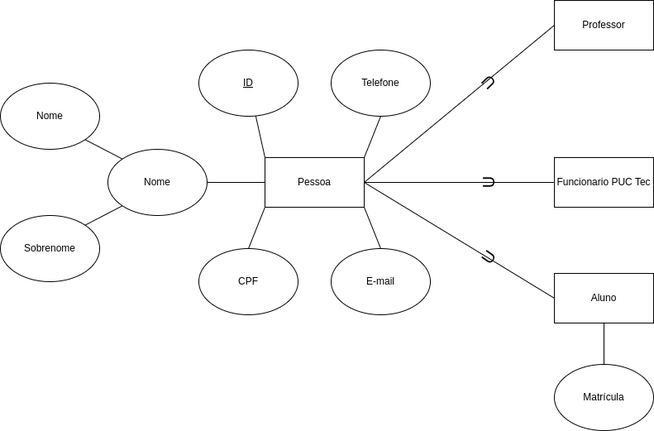
Henriquemcc/Prototipo_Sistema_Cadastro_Demandas_-_PUC_Tec keeps this draw.io diagram as docs/Diagrama_Entidade_Relacionamento.png. Above is the earlier version. Source tidied: cells renumbered, new cells last; positions are measured from the earlier drawing's top-left corner, leaving out a move shared by most shapes.
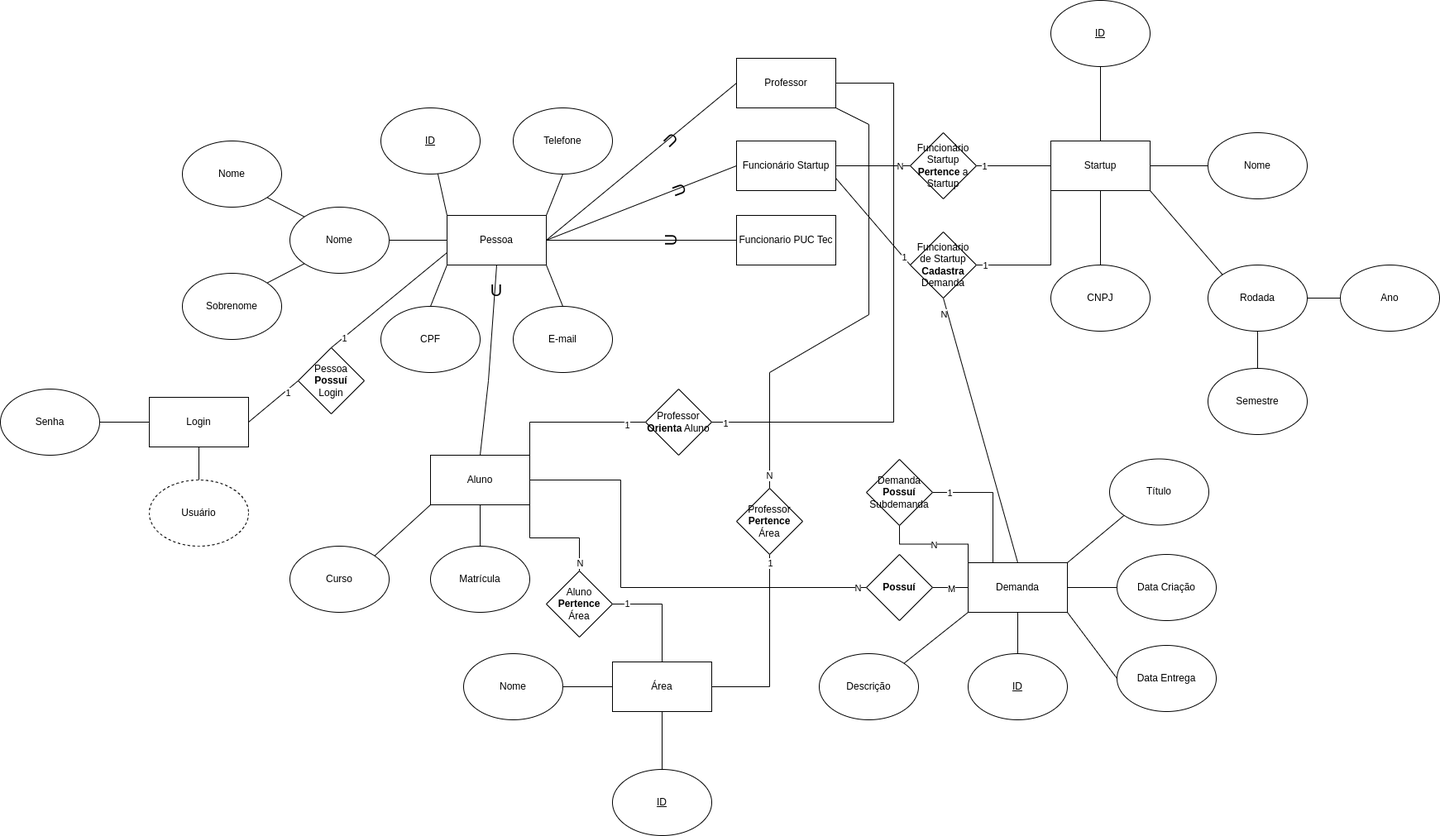
The same file after the commit.

Commit message:
commit 3970087552eb764150360a8c18cffb7357b3de6d Author: Henrique Mendonça Castelar Campos <henriquemendonacastelar@gmail.com> Date:   Mon Oct 28 00:14:58 2024 -0300

Completanto o diagrama

Change to the diagram source:
```diff
@@ -19,5 +19,20 @@
     </mxCell>
-    <mxCell id="7" style="rounded=0;jettySize=auto;html=1;exitX=1;exitY=0.5;exitDx=0;exitDy=0;entryX=0;entryY=0.5;entryDx=0;entryDy=0;endArrow=none;endFill=0;" parent="1" edge="1" source="8" target="22">
-      <mxGeometry relative="1" as="geometry" />
+    <mxCell id="7" style="rounded=0;jettySize=auto;html=1;exitX=0.5;exitY=1;exitDx=0;exitDy=0;entryX=0.5;entryY=0;entryDx=0;entryDy=0;endArrow=none;endFill=0;" parent="1" edge="1" source="8" target="22">
+      <mxGeometry relative="1" as="geometry">
+        <Array as="points">
+          <mxPoint x="370" y="390" />
+        </Array>
+      </mxGeometry>
     </mxCell>
+    <mxCell id="28" style="rounded=0;jettySize=auto;html=1;exitX=1;exitY=0.5;exitDx=0;exitDy=0;entryX=0;entryY=0.5;entryDx=0;entryDy=0;endArrow=none;endFill=0;" parent="1" edge="1" source="8" target="56">
+      <mxGeometry relative="1" as="geometry" />
+    </mxCell>
+    <mxCell id="29" style="rounded=0;jettySize=auto;html=1;exitX=0;exitY=0.75;exitDx=0;exitDy=0;entryX=0.5;entryY=0;entryDx=0;entryDy=0;endArrow=none;endFill=0;" parent="1" edge="1" source="8" target="106">
+      <mxGeometry relative="1" as="geometry" />
+    </mxCell>
+    <mxCell id="30" value="1" style="edgeLabel;html=1;align=center;verticalAlign=middle;" parent="29" vertex="1">
+      <mxGeometry x="0.79" y="1" relative="1" as="geometry">
+        <mxPoint x="-1" as="offset" />
+      </mxGeometry>
+    </mxCell>
     <mxCell id="8" value="Pessoa" style="rounded=0;whiteSpace=wrap;html=1;" parent="1" vertex="1">
@@ -58,2 +73,14 @@
     </mxCell>
+    <mxCell id="31" style="rounded=0;jettySize=auto;html=1;exitX=1;exitY=1;exitDx=0;exitDy=0;entryX=0.5;entryY=0;entryDx=0;entryDy=0;endArrow=none;endFill=0;" parent="1" edge="1" source="20" target="100">
+      <mxGeometry relative="1" as="geometry">
+        <Array as="points">
+          <mxPoint x="830" y="80" />
+          <mxPoint x="830" y="310" />
+          <mxPoint x="710" y="380" />
+        </Array>
+      </mxGeometry>
+    </mxCell>
+    <mxCell id="32" value="N" style="edgeLabel;html=1;align=center;verticalAlign=middle;" parent="31" vertex="1">
+      <mxGeometry x="0.94" y="-1" relative="1" as="geometry" />
+    </mxCell>
     <mxCell id="20" value="Professor" style="rounded=0;whiteSpace=wrap;html=1;" parent="1" vertex="1">
@@ -64,4 +91,12 @@
     </mxCell>
+    <mxCell id="33" style="edgeStyle=orthogonalEdgeStyle;rounded=0;jettySize=auto;html=1;exitX=1;exitY=1;exitDx=0;exitDy=0;entryX=0.5;entryY=0;entryDx=0;entryDy=0;endArrow=none;endFill=0;" parent="1" edge="1" source="22" target="97">
+      <mxGeometry relative="1" as="geometry" />
+    </mxCell>
+    <mxCell id="34" value="N" style="edgeLabel;html=1;align=center;verticalAlign=middle;" parent="33" vertex="1">
+      <mxGeometry x="-0.14" y="1" relative="1" as="geometry">
+        <mxPoint x="40" y="31" as="offset" />
+      </mxGeometry>
+    </mxCell>
     <mxCell id="22" value="Aluno" style="rounded=0;whiteSpace=wrap;html=1;" parent="1" vertex="1">
-      <mxGeometry x="670" y="330" width="120" height="60" as="geometry" />
+      <mxGeometry x="300" y="480" width="120" height="60" as="geometry" />
     </mxCell>
@@ -76,8 +111,254 @@
     </mxCell>
-    <mxCell id="26" value="&lt;font style=&quot;font-size: 20px;&quot;&gt;U&lt;/font&gt;" style="text;html=1;align=center;verticalAlign=middle;whiteSpace=wrap;rounded=0;rotation=-55;" parent="1" vertex="1">
-      <mxGeometry x="560" y="270" width="60" height="80" as="geometry" />
+    <mxCell id="26" value="&lt;font style=&quot;font-size: 20px;&quot;&gt;U&lt;/font&gt;" style="text;html=1;align=center;verticalAlign=middle;whiteSpace=wrap;rounded=0;rotation=0;" parent="1" vertex="1">
+      <mxGeometry x="350" y="240" width="60" height="80" as="geometry" />
     </mxCell>
     <mxCell id="27" value="Matrícula" style="ellipse;whiteSpace=wrap;html=1;" parent="1" vertex="1">
-      <mxGeometry x="670" y="440" width="120" height="80" as="geometry" />
+      <mxGeometry x="300" y="590" width="120" height="80" as="geometry" />
     </mxCell>
+    <mxCell id="35" style="rounded=0;jettySize=auto;html=1;exitX=1;exitY=0;exitDx=0;exitDy=0;entryX=0;entryY=1;entryDx=0;entryDy=0;endArrow=none;endFill=0;" parent="1" edge="1" source="36" target="22">
+      <mxGeometry relative="1" as="geometry" />
+    </mxCell>
+    <mxCell id="36" value="Curso" style="ellipse;whiteSpace=wrap;html=1;" parent="1" vertex="1">
+      <mxGeometry x="130" y="590" width="120" height="80" as="geometry" />
+    </mxCell>
+    <mxCell id="37" style="rounded=0;jettySize=auto;html=1;exitX=1;exitY=1;exitDx=0;exitDy=0;entryX=0;entryY=0;entryDx=0;entryDy=0;endArrow=none;endFill=0;" parent="1" edge="1" source="40" target="48">
+      <mxGeometry relative="1" as="geometry" />
+    </mxCell>
+    <mxCell id="38" style="edgeStyle=orthogonalEdgeStyle;rounded=0;jettySize=auto;html=1;exitX=0;exitY=1;exitDx=0;exitDy=0;entryX=1;entryY=0.5;entryDx=0;entryDy=0;endArrow=none;endFill=0;" parent="1" edge="1" source="40" target="73">
+      <mxGeometry relative="1" as="geometry" />
+    </mxCell>
+    <mxCell id="39" value="1" style="edgeLabel;html=1;align=center;verticalAlign=middle;" parent="38" vertex="1">
+      <mxGeometry x="-0.38" y="-1" relative="1" as="geometry">
+        <mxPoint x="-79" y="34" as="offset" />
+      </mxGeometry>
+    </mxCell>
+    <mxCell id="40" value="Startup" style="rounded=0;whiteSpace=wrap;html=1;" parent="1" vertex="1">
+      <mxGeometry x="1050" y="100" width="120" height="60" as="geometry" />
+    </mxCell>
+    <mxCell id="41" style="rounded=0;jettySize=auto;html=1;exitX=0.5;exitY=1;exitDx=0;exitDy=0;endArrow=none;endFill=0;" parent="1" edge="1" source="42" target="40">
+      <mxGeometry relative="1" as="geometry" />
+    </mxCell>
+    <mxCell id="42" value="&lt;u&gt;ID&lt;/u&gt;" style="ellipse;whiteSpace=wrap;html=1;" parent="1" vertex="1">
+      <mxGeometry x="1050" y="-70" width="120" height="80" as="geometry" />
+    </mxCell>
+    <mxCell id="43" style="edgeStyle=orthogonalEdgeStyle;rounded=0;jettySize=auto;html=1;exitX=0.5;exitY=0;exitDx=0;exitDy=0;entryX=0.5;entryY=1;entryDx=0;entryDy=0;endArrow=none;endFill=0;" parent="1" edge="1" source="44" target="40">
+      <mxGeometry relative="1" as="geometry" />
+    </mxCell>
+    <mxCell id="44" value="CNPJ" style="ellipse;whiteSpace=wrap;html=1;" parent="1" vertex="1">
+      <mxGeometry x="1050" y="250" width="120" height="80" as="geometry" />
+    </mxCell>
+    <mxCell id="45" style="edgeStyle=orthogonalEdgeStyle;rounded=0;jettySize=auto;html=1;exitX=0;exitY=0.5;exitDx=0;exitDy=0;entryX=1;entryY=0.5;entryDx=0;entryDy=0;endArrow=none;endFill=0;" parent="1" edge="1" source="46" target="40">
+      <mxGeometry relative="1" as="geometry" />
+    </mxCell>
+    <mxCell id="46" value="Nome" style="ellipse;whiteSpace=wrap;html=1;" parent="1" vertex="1">
+      <mxGeometry x="1240" y="90" width="120" height="80" as="geometry" />
+    </mxCell>
+    <mxCell id="47" style="edgeStyle=orthogonalEdgeStyle;rounded=0;jettySize=auto;html=1;exitX=0.5;exitY=1;exitDx=0;exitDy=0;entryX=0.5;entryY=0;entryDx=0;entryDy=0;endArrow=none;endFill=0;" parent="1" edge="1" source="48" target="51">
+      <mxGeometry relative="1" as="geometry" />
+    </mxCell>
+    <mxCell id="48" value="Rodada" style="ellipse;whiteSpace=wrap;html=1;" parent="1" vertex="1">
+      <mxGeometry x="1240" y="250" width="120" height="80" as="geometry" />
+    </mxCell>
+    <mxCell id="49" style="edgeStyle=orthogonalEdgeStyle;rounded=0;jettySize=auto;html=1;exitX=0;exitY=0.5;exitDx=0;exitDy=0;entryX=1;entryY=0.5;entryDx=0;entryDy=0;endArrow=none;endFill=0;" parent="1" edge="1" source="50" target="48">
+      <mxGeometry relative="1" as="geometry" />
+    </mxCell>
+    <mxCell id="50" value="Ano" style="ellipse;whiteSpace=wrap;html=1;" parent="1" vertex="1">
+      <mxGeometry x="1400" y="250" width="120" height="80" as="geometry" />
+    </mxCell>
+    <mxCell id="51" value="Semestre" style="ellipse;whiteSpace=wrap;html=1;" parent="1" vertex="1">
+      <mxGeometry x="1240" y="375" width="120" height="80" as="geometry" />
+    </mxCell>
+    <mxCell id="52" style="edgeStyle=orthogonalEdgeStyle;rounded=0;jettySize=auto;html=1;exitX=1;exitY=0.5;exitDx=0;exitDy=0;entryX=0;entryY=0.5;entryDx=0;entryDy=0;endArrow=none;endFill=0;" parent="1" edge="1" source="56" target="60">
+      <mxGeometry relative="1" as="geometry" />
+    </mxCell>
+    <mxCell id="53" value="N" style="edgeLabel;html=1;align=center;verticalAlign=middle;" parent="52" vertex="1">
+      <mxGeometry x="0.22" y="-4" relative="1" as="geometry">
+        <mxPoint x="22" y="-4" as="offset" />
+      </mxGeometry>
+    </mxCell>
+    <mxCell id="54" style="rounded=0;jettySize=auto;html=1;exitX=1;exitY=0.75;exitDx=0;exitDy=0;entryX=0;entryY=0.5;entryDx=0;entryDy=0;endArrow=none;endFill=0;" parent="1" edge="1" source="56" target="73">
+      <mxGeometry relative="1" as="geometry" />
+    </mxCell>
+    <mxCell id="55" value="1" style="edgeLabel;html=1;align=center;verticalAlign=middle;" parent="54" vertex="1">
+      <mxGeometry x="0.81" relative="1" as="geometry" />
+    </mxCell>
+    <mxCell id="56" value="Funcionário Startup" style="rounded=0;whiteSpace=wrap;html=1;" parent="1" vertex="1">
+      <mxGeometry x="670" y="100" width="120" height="60" as="geometry" />
+    </mxCell>
+    <mxCell id="57" value="&lt;font style=&quot;font-size: 20px;&quot;&gt;U&lt;/font&gt;" style="text;html=1;align=center;verticalAlign=middle;whiteSpace=wrap;rounded=0;rotation=-110;" parent="1" vertex="1">
+      <mxGeometry x="570" y="120" width="60" height="80" as="geometry" />
+    </mxCell>
+    <mxCell id="58" style="edgeStyle=orthogonalEdgeStyle;rounded=0;jettySize=auto;html=1;exitX=1;exitY=0.5;exitDx=0;exitDy=0;entryX=0;entryY=0.5;entryDx=0;entryDy=0;endArrow=none;endFill=0;" parent="1" edge="1" source="60" target="40">
+      <mxGeometry relative="1" as="geometry" />
+    </mxCell>
+    <mxCell id="59" value="1" style="edgeLabel;html=1;align=center;verticalAlign=middle;" parent="58" vertex="1">
+      <mxGeometry x="0.28" relative="1" as="geometry">
+        <mxPoint x="-48" as="offset" />
+      </mxGeometry>
+    </mxCell>
+    <mxCell id="60" value="Funcionário Startup &lt;b&gt;Pertence&lt;/b&gt; a Startup" style="rhombus;whiteSpace=wrap;html=1;" parent="1" vertex="1">
+      <mxGeometry x="880" y="90" width="80" height="80" as="geometry" />
+    </mxCell>
+    <mxCell id="61" style="edgeStyle=orthogonalEdgeStyle;rounded=0;jettySize=auto;html=1;exitX=1;exitY=0.5;exitDx=0;exitDy=0;entryX=0;entryY=0.5;entryDx=0;entryDy=0;endArrow=none;endFill=0;" parent="1" edge="1" source="67" target="68">
+      <mxGeometry relative="1" as="geometry" />
+    </mxCell>
+    <mxCell id="62" style="rounded=0;jettySize=auto;html=1;exitX=1;exitY=1;exitDx=0;exitDy=0;entryX=0;entryY=0.5;entryDx=0;entryDy=0;endArrow=none;endFill=0;" parent="1" edge="1" source="67" target="69">
+      <mxGeometry relative="1" as="geometry" />
+    </mxCell>
+    <mxCell id="63" style="edgeStyle=orthogonalEdgeStyle;rounded=0;jettySize=auto;html=1;exitX=0.5;exitY=1;exitDx=0;exitDy=0;entryX=0.5;entryY=0;entryDx=0;entryDy=0;endArrow=none;endFill=0;" parent="1" edge="1" source="67" target="70">
+      <mxGeometry relative="1" as="geometry" />
+    </mxCell>
+    <mxCell id="64" style="rounded=0;jettySize=auto;html=1;exitX=1;exitY=0;exitDx=0;exitDy=0;entryX=0;entryY=1;entryDx=0;entryDy=0;endArrow=none;endFill=0;" parent="1" edge="1" source="67" target="86">
+      <mxGeometry relative="1" as="geometry" />
+    </mxCell>
+    <mxCell id="65" style="edgeStyle=orthogonalEdgeStyle;rounded=0;jettySize=auto;html=1;exitX=0.25;exitY=0;exitDx=0;exitDy=0;entryX=1;entryY=0.5;entryDx=0;entryDy=0;endArrow=none;endFill=0;" parent="1" edge="1" source="67" target="89">
+      <mxGeometry relative="1" as="geometry" />
+    </mxCell>
+    <mxCell id="66" value="1" style="edgeLabel;html=1;align=center;verticalAlign=middle;" parent="65" vertex="1">
+      <mxGeometry x="0.74" relative="1" as="geometry" />
+    </mxCell>
+    <mxCell id="67" value="Demanda" style="rounded=0;whiteSpace=wrap;html=1;" parent="1" vertex="1">
+      <mxGeometry x="950" y="610" width="120" height="60" as="geometry" />
+    </mxCell>
+    <mxCell id="68" value="Data Criação" style="ellipse;whiteSpace=wrap;html=1;" parent="1" vertex="1">
+      <mxGeometry x="1130" y="600" width="120" height="80" as="geometry" />
+    </mxCell>
+    <mxCell id="69" value="Data Entrega" style="ellipse;whiteSpace=wrap;html=1;" parent="1" vertex="1">
+      <mxGeometry x="1130" y="710" width="120" height="80" as="geometry" />
+    </mxCell>
+    <mxCell id="70" value="&lt;u&gt;ID&lt;/u&gt;" style="ellipse;whiteSpace=wrap;html=1;" parent="1" vertex="1">
+      <mxGeometry x="950" y="720" width="120" height="80" as="geometry" />
+    </mxCell>
+    <mxCell id="71" style="rounded=0;jettySize=auto;html=1;exitX=0.5;exitY=1;exitDx=0;exitDy=0;entryX=0.5;entryY=0;entryDx=0;entryDy=0;endArrow=none;endFill=0;" parent="1" edge="1" source="73" target="67">
+      <mxGeometry relative="1" as="geometry" />
+    </mxCell>
+    <mxCell id="72" value="N" style="edgeLabel;html=1;align=center;verticalAlign=middle;" parent="71" vertex="1">
+      <mxGeometry x="0.07" y="-4" relative="1" as="geometry">
+        <mxPoint x="-44" y="-153" as="offset" />
+      </mxGeometry>
+    </mxCell>
+    <mxCell id="73" value="&lt;div&gt;Funcionário de S&lt;span style=&quot;background-color: initial;&quot;&gt;tartup&lt;/span&gt;&lt;/div&gt;&lt;b&gt;Cadastra&lt;/b&gt;&lt;div&gt;Demanda&lt;/div&gt;" style="rhombus;whiteSpace=wrap;html=1;" parent="1" vertex="1">
+      <mxGeometry x="880" y="210" width="80" height="80" as="geometry" />
+    </mxCell>
+    <mxCell id="74" style="edgeStyle=orthogonalEdgeStyle;rounded=0;jettySize=auto;html=1;exitX=1;exitY=0.5;exitDx=0;exitDy=0;entryX=0;entryY=0.5;entryDx=0;entryDy=0;endArrow=none;endFill=0;" parent="1" edge="1" source="78" target="67">
+      <mxGeometry relative="1" as="geometry" />
+    </mxCell>
+    <mxCell id="75" value="M" style="edgeLabel;html=1;align=center;verticalAlign=middle;" parent="74" vertex="1">
+      <mxGeometry x="0.05" y="-1" relative="1" as="geometry" />
+    </mxCell>
+    <mxCell id="76" style="edgeStyle=orthogonalEdgeStyle;rounded=0;jettySize=auto;html=1;exitX=0;exitY=0.5;exitDx=0;exitDy=0;entryX=1;entryY=0.5;entryDx=0;entryDy=0;endArrow=none;endFill=0;" parent="1" edge="1" source="78" target="22">
+      <mxGeometry relative="1" as="geometry">
+        <Array as="points">
+          <mxPoint x="530" y="640" />
+          <mxPoint x="530" y="510" />
+        </Array>
+      </mxGeometry>
+    </mxCell>
+    <mxCell id="77" value="N" style="edgeLabel;html=1;align=center;verticalAlign=middle;" parent="76" vertex="1">
+      <mxGeometry x="-0.73" relative="1" as="geometry">
+        <mxPoint x="61" as="offset" />
+      </mxGeometry>
+    </mxCell>
+    <mxCell id="78" value="&lt;b&gt;Possuí&lt;/b&gt;" style="rhombus;whiteSpace=wrap;html=1;" parent="1" vertex="1">
+      <mxGeometry x="827" y="600" width="80" height="80" as="geometry" />
+    </mxCell>
+    <mxCell id="79" style="edgeStyle=orthogonalEdgeStyle;rounded=0;jettySize=auto;html=1;exitX=0;exitY=0.5;exitDx=0;exitDy=0;entryX=1;entryY=0;entryDx=0;entryDy=0;endArrow=none;endFill=0;" parent="1" edge="1" source="83" target="22">
+      <mxGeometry relative="1" as="geometry" />
+    </mxCell>
+    <mxCell id="80" value="1" style="edgeLabel;html=1;align=center;verticalAlign=middle;" parent="79" vertex="1">
+      <mxGeometry x="-0.75" y="3" relative="1" as="geometry" />
+    </mxCell>
+    <mxCell id="81" style="edgeStyle=orthogonalEdgeStyle;rounded=0;jettySize=auto;html=1;exitX=1;exitY=0.5;exitDx=0;exitDy=0;entryX=1;entryY=0.5;entryDx=0;entryDy=0;endArrow=none;endFill=0;" parent="1" edge="1" source="83" target="20">
+      <mxGeometry relative="1" as="geometry">
+        <Array as="points">
+          <mxPoint x="860" y="440" />
+          <mxPoint x="860" y="30" />
+        </Array>
+      </mxGeometry>
+    </mxCell>
+    <mxCell id="82" value="1" style="edgeLabel;html=1;align=center;verticalAlign=middle;" parent="81" vertex="1">
+      <mxGeometry x="-0.95" y="-1" relative="1" as="geometry" />
+    </mxCell>
+    <mxCell id="83" value="Professor &lt;b&gt;Orienta&lt;/b&gt; Aluno" style="rhombus;whiteSpace=wrap;html=1;" parent="1" vertex="1">
+      <mxGeometry x="560" y="400" width="80" height="80" as="geometry" />
+    </mxCell>
+    <mxCell id="84" style="rounded=0;jettySize=auto;html=1;exitX=1;exitY=0;exitDx=0;exitDy=0;entryX=0;entryY=1;entryDx=0;entryDy=0;endArrow=none;endFill=0;" parent="1" edge="1" source="85" target="67">
+      <mxGeometry relative="1" as="geometry" />
+    </mxCell>
+    <mxCell id="85" value="Descrição" style="ellipse;whiteSpace=wrap;html=1;" parent="1" vertex="1">
+      <mxGeometry x="770" y="720" width="120" height="80" as="geometry" />
+    </mxCell>
+    <mxCell id="86" value="Título" style="ellipse;whiteSpace=wrap;html=1;" parent="1" vertex="1">
+      <mxGeometry x="1121" y="484.5" width="120" height="80" as="geometry" />
+    </mxCell>
+    <mxCell id="87" style="edgeStyle=orthogonalEdgeStyle;rounded=0;jettySize=auto;html=1;exitX=0.5;exitY=1;exitDx=0;exitDy=0;entryX=0;entryY=0;entryDx=0;entryDy=0;endArrow=none;endFill=0;" parent="1" edge="1" source="89" target="67">
+      <mxGeometry relative="1" as="geometry" />
+    </mxCell>
+    <mxCell id="88" value="N" style="edgeLabel;html=1;align=center;verticalAlign=middle;" parent="87" vertex="1">
+      <mxGeometry y="-1" relative="1" as="geometry" />
+    </mxCell>
+    <mxCell id="89" value="Demanda&lt;div&gt;&lt;b&gt;Possuí&lt;/b&gt;&lt;/div&gt;&lt;div&gt;Subdemanda&lt;/div&gt;" style="rhombus;whiteSpace=wrap;html=1;" parent="1" vertex="1">
+      <mxGeometry x="827" y="485" width="80" height="80" as="geometry" />
+    </mxCell>
+    <mxCell id="90" style="edgeStyle=orthogonalEdgeStyle;rounded=0;jettySize=auto;html=1;exitX=0.5;exitY=1;exitDx=0;exitDy=0;entryX=0.5;entryY=0;entryDx=0;entryDy=0;endArrow=none;endFill=0;" parent="1" edge="1" source="92" target="94">
+      <mxGeometry relative="1" as="geometry" />
+    </mxCell>
+    <mxCell id="91" style="edgeStyle=orthogonalEdgeStyle;rounded=0;jettySize=auto;html=1;exitX=0;exitY=0.5;exitDx=0;exitDy=0;entryX=1;entryY=0.5;entryDx=0;entryDy=0;endArrow=none;endFill=0;" parent="1" edge="1" source="92" target="93">
+      <mxGeometry relative="1" as="geometry" />
+    </mxCell>
+    <mxCell id="92" value="Área" style="rounded=0;whiteSpace=wrap;html=1;" parent="1" vertex="1">
+      <mxGeometry x="520" y="730" width="120" height="60" as="geometry" />
+    </mxCell>
+    <mxCell id="93" value="Nome" style="ellipse;whiteSpace=wrap;html=1;" parent="1" vertex="1">
+      <mxGeometry x="340" y="720" width="120" height="80" as="geometry" />
+    </mxCell>
+    <mxCell id="94" value="&lt;u&gt;ID&lt;/u&gt;" style="ellipse;whiteSpace=wrap;html=1;" parent="1" vertex="1">
+      <mxGeometry x="520" y="860" width="120" height="80" as="geometry" />
+    </mxCell>
+    <mxCell id="95" style="edgeStyle=orthogonalEdgeStyle;rounded=0;jettySize=auto;html=1;exitX=1;exitY=0.5;exitDx=0;exitDy=0;entryX=0.5;entryY=0;entryDx=0;entryDy=0;endArrow=none;endFill=0;" parent="1" edge="1" source="97" target="92">
+      <mxGeometry relative="1" as="geometry" />
+    </mxCell>
+    <mxCell id="96" value="1" style="edgeLabel;html=1;align=center;verticalAlign=middle;" parent="95" vertex="1">
+      <mxGeometry x="-0.72" y="1" relative="1" as="geometry" />
+    </mxCell>
+    <mxCell id="97" value="Aluno &lt;b&gt;Pertence&lt;/b&gt;&lt;br&gt;Área" style="rhombus;whiteSpace=wrap;html=1;" parent="1" vertex="1">
+      <mxGeometry x="440" y="620" width="80" height="80" as="geometry" />
+    </mxCell>
+    <mxCell id="98" style="edgeStyle=orthogonalEdgeStyle;rounded=0;jettySize=auto;html=1;exitX=0.5;exitY=1;exitDx=0;exitDy=0;entryX=1;entryY=0.5;entryDx=0;entryDy=0;endArrow=none;endFill=0;" parent="1" edge="1" source="100" target="92">
+      <mxGeometry relative="1" as="geometry" />
+    </mxCell>
+    <mxCell id="99" value="1" style="edgeLabel;html=1;align=center;verticalAlign=middle;" parent="98" vertex="1">
+      <mxGeometry x="-0.86" y="4" relative="1" as="geometry">
+        <mxPoint x="-4" y="-6" as="offset" />
+      </mxGeometry>
+    </mxCell>
+    <mxCell id="100" value="Professor&lt;div&gt;&lt;b&gt;Pertence&lt;/b&gt;&lt;/div&gt;&lt;div&gt;Área&lt;/div&gt;" style="rhombus;whiteSpace=wrap;html=1;" parent="1" vertex="1">
+      <mxGeometry x="670" y="520" width="80" height="80" as="geometry" />
+    </mxCell>
+    <mxCell id="101" style="edgeStyle=orthogonalEdgeStyle;rounded=0;jettySize=auto;html=1;exitX=0;exitY=0.5;exitDx=0;exitDy=0;entryX=1;entryY=0.5;entryDx=0;entryDy=0;endArrow=none;endFill=0;" parent="1" edge="1" source="103" target="108">
+      <mxGeometry relative="1" as="geometry" />
+    </mxCell>
+    <mxCell id="102" style="rounded=0;jettySize=auto;html=1;exitX=0.5;exitY=1;exitDx=0;exitDy=0;entryX=0.5;entryY=0;entryDx=0;entryDy=0;endArrow=none;endFill=0;" parent="1" edge="1" source="103" target="107">
+      <mxGeometry relative="1" as="geometry" />
+    </mxCell>
+    <mxCell id="103" value="Login" style="rounded=0;whiteSpace=wrap;html=1;" parent="1" vertex="1">
+      <mxGeometry x="-40" y="410" width="120" height="60" as="geometry" />
+    </mxCell>
+    <mxCell id="104" style="rounded=0;jettySize=auto;html=1;entryX=1;entryY=0.5;entryDx=0;entryDy=0;endArrow=none;endFill=0;" parent="1" edge="1" target="103">
+      <mxGeometry relative="1" as="geometry">
+        <mxPoint x="140" y="390" as="sourcePoint" />
+      </mxGeometry>
+    </mxCell>
+    <mxCell id="105" value="1" style="edgeLabel;html=1;align=center;verticalAlign=middle;" parent="104" vertex="1">
+      <mxGeometry x="-0.52" y="3" relative="1" as="geometry" />
+    </mxCell>
+    <mxCell id="106" value="&lt;div&gt;Pessoa&lt;/div&gt;&lt;b&gt;Possuí&lt;/b&gt;&lt;div&gt;Login&lt;/div&gt;" style="rhombus;whiteSpace=wrap;html=1;" parent="1" vertex="1">
+      <mxGeometry x="140" y="350" width="80" height="80" as="geometry" />
+    </mxCell>
+    <mxCell id="107" value="Usuário" style="ellipse;whiteSpace=wrap;html=1;dashed=1;" parent="1" vertex="1">
+      <mxGeometry x="-40" y="510" width="120" height="80" as="geometry" />
+    </mxCell>
+    <mxCell id="108" value="Senha" style="ellipse;whiteSpace=wrap;html=1;" parent="1" vertex="1">
+      <mxGeometry x="-220" y="400" width="120" height="80" as="geometry" />
+    </mxCell>
   </root>
```
